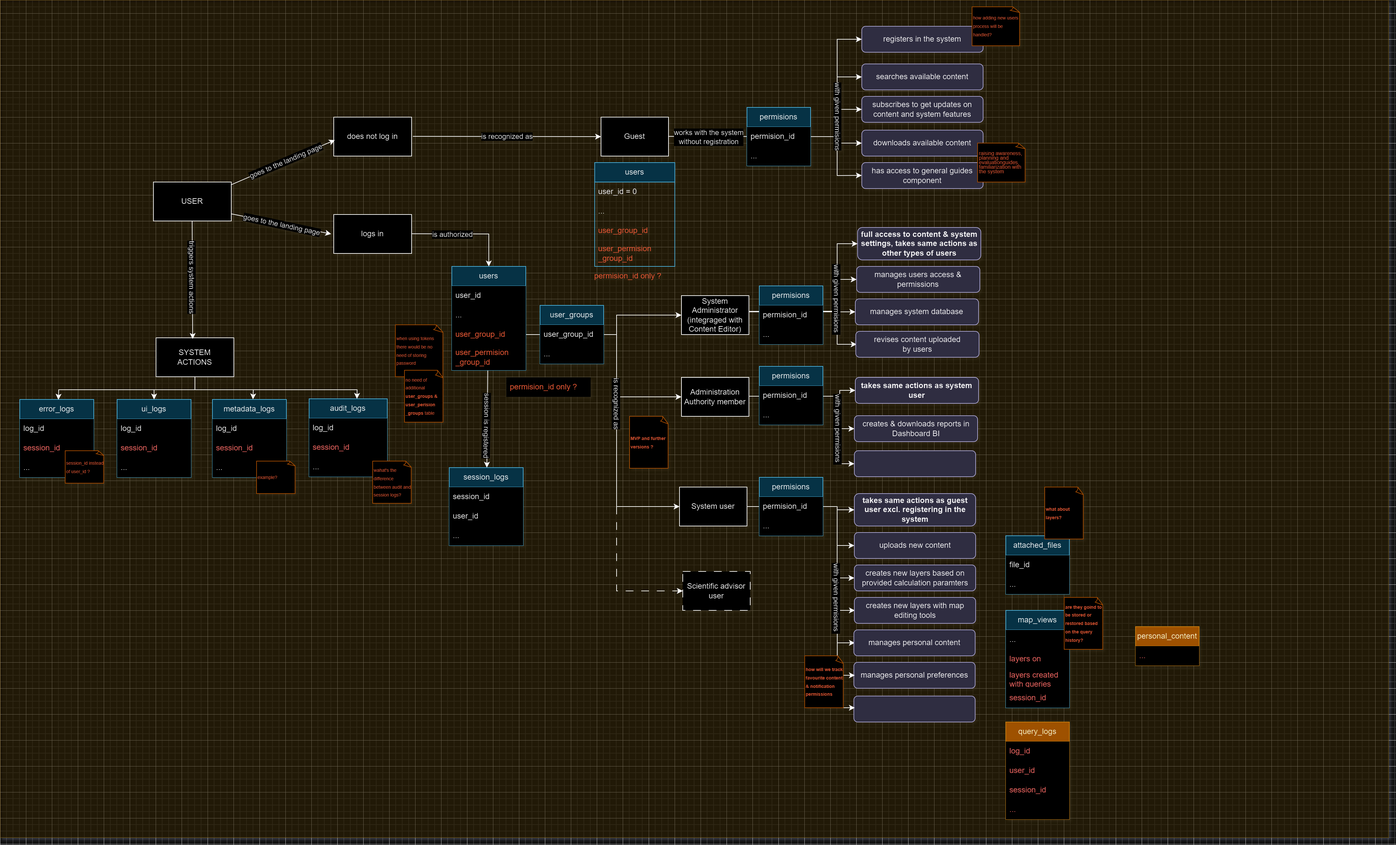
The draw.io diagram docs/climateRiskApp_User_Services_Tables_functional_diagram_v1.0.0.png in jnowakowska-pl/climat-risk-api, before a commit. Source tidied: cells renumbered, new cells last; positions are measured from the earlier drawing's top-left corner, leaving out a move shared by most shapes.
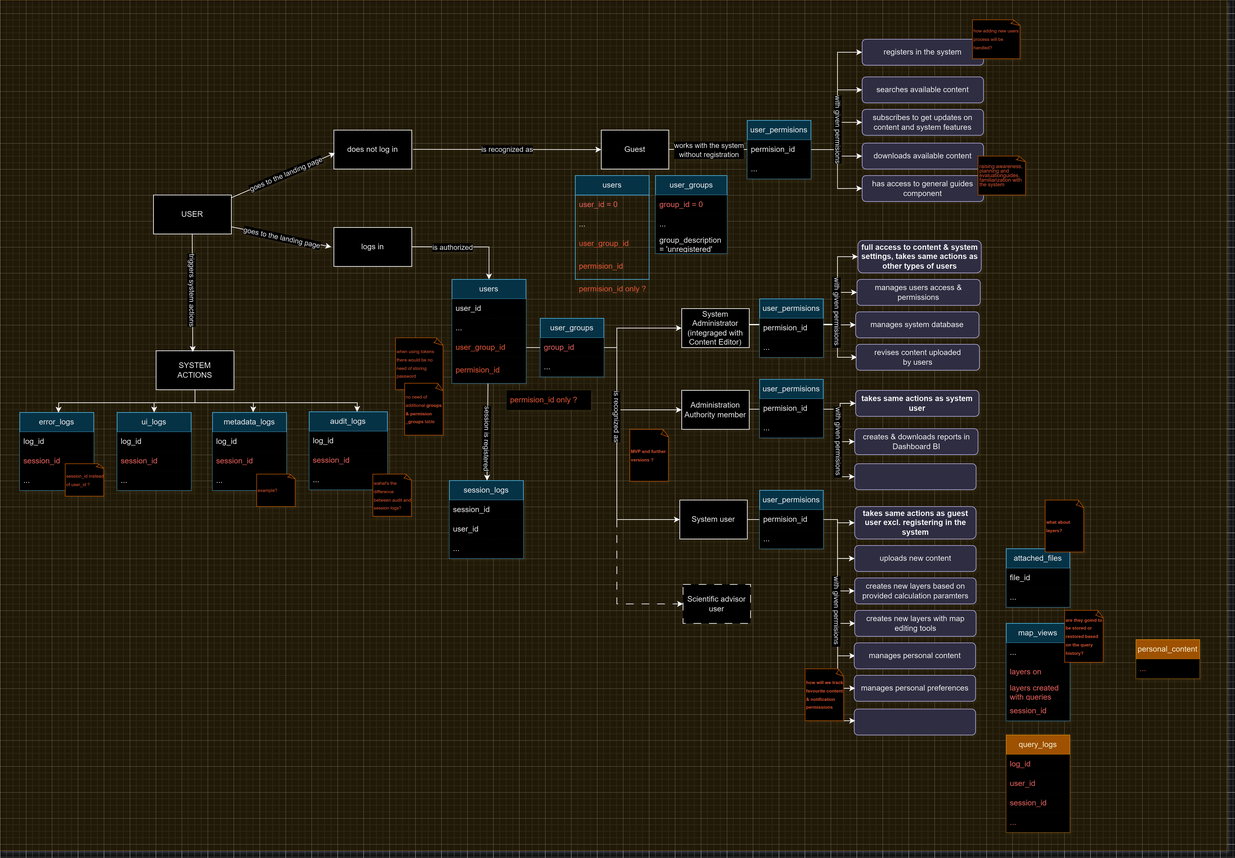
After the change.

Commit message:
change in table names according to the schema design

Change to the diagram source:
```diff
@@ -3,7 +3,7 @@
     <mxCell id="0" />
     <mxCell id="1" parent="0" />
     <mxCell id="2" style="rounded=0;whiteSpace=wrap;html=1;fillColor=#fff2cc;strokeColor=#d6b656;opacity=50;" parent="1" vertex="1">
-      <mxGeometry width="2140" height="1290" as="geometry" />
+      <mxGeometry y="-20" width="1890" height="1310" as="geometry" />
     </mxCell>
     <mxCell id="3" style="endArrow=classic;html=1;rounded=0;entryX=0;entryY=0.5;entryDx=0;entryDy=0;" parent="1" edge="1">
       <mxGeometry relative="1" as="geometry">
@@ -174,37 +174,37 @@
     <mxCell id="34" value="user_group_id" style="text;strokeColor=none;fillColor=default;align=left;verticalAlign=middle;spacingLeft=4;spacingRight=4;overflow=hidden;points=[[0,0.5],[1,0.5]];portConstraint=eastwest;whiteSpace=wrap;html=1;fontColor=#FF7654;" parent="31" vertex="1">
       <mxGeometry y="90" width="114" height="30" as="geometry" />
     </mxCell>
-    <mxCell id="35" value="user_permision&lt;br&gt;_group_id" style="text;strokeColor=none;fillColor=default;align=left;verticalAlign=middle;spacingLeft=4;spacingRight=4;overflow=hidden;whiteSpace=wrap;html=1;fontColor=#FF7654;" parent="31" vertex="1">
+    <mxCell id="35" value="permision_id" style="text;strokeColor=none;fillColor=default;align=left;verticalAlign=middle;spacingLeft=4;spacingRight=4;overflow=hidden;whiteSpace=wrap;html=1;fontColor=#FF7654;" parent="31" vertex="1">
       <mxGeometry y="120" width="114" height="40" as="geometry" />
     </mxCell>
     <mxCell id="36" value="users" style="swimlane;fontStyle=0;horizontal=1;startSize=30;whiteSpace=wrap;html=1;fillColor=#b1ddf0;strokeColor=#10739e;" parent="1" vertex="1">
-      <mxGeometry x="916.2" y="250" width="123.5" height="160" as="geometry" />
+      <mxGeometry x="886" y="250" width="113.8" height="160" as="geometry" />
     </mxCell>
-    <mxCell id="37" value="user_id = 0" style="text;strokeColor=none;fillColor=none;align=left;verticalAlign=middle;spacingLeft=4;spacingRight=4;overflow=hidden;whiteSpace=wrap;html=1;" parent="36" vertex="1">
-      <mxGeometry y="30" width="123.5" height="30" as="geometry" />
+    <mxCell id="37" value="user_id = 0" style="text;strokeColor=none;fillColor=none;align=left;verticalAlign=middle;spacingLeft=4;spacingRight=4;overflow=hidden;whiteSpace=wrap;html=1;fontColor=#EA6B66;" parent="36" vertex="1">
+      <mxGeometry y="30" width="113.8" height="30" as="geometry" />
     </mxCell>
     <mxCell id="38" value="..." style="text;strokeColor=none;fillColor=none;align=left;verticalAlign=middle;spacingLeft=4;spacingRight=4;overflow=hidden;whiteSpace=wrap;html=1;" parent="36" vertex="1">
-      <mxGeometry y="60" width="123.5" height="30" as="geometry" />
+      <mxGeometry y="60" width="113.8" height="30" as="geometry" />
     </mxCell>
     <mxCell id="39" value="user_group_id" style="text;strokeColor=none;fillColor=none;align=left;verticalAlign=middle;spacingLeft=4;spacingRight=4;overflow=hidden;whiteSpace=wrap;html=1;fontColor=#FF7654;" parent="36" vertex="1">
-      <mxGeometry y="90" width="123.5" height="30" as="geometry" />
+      <mxGeometry y="90" width="113.8" height="30" as="geometry" />
     </mxCell>
-    <mxCell id="40" value="user_permision&lt;br&gt;_group_id" style="text;strokeColor=none;fillColor=none;align=left;verticalAlign=middle;spacingLeft=4;spacingRight=4;overflow=hidden;whiteSpace=wrap;html=1;fontColor=#FF7654;" parent="36" vertex="1">
-      <mxGeometry y="120" width="123.5" height="40" as="geometry" />
+    <mxCell id="40" value="permision_id" style="text;strokeColor=none;fillColor=none;align=left;verticalAlign=middle;spacingLeft=4;spacingRight=4;overflow=hidden;whiteSpace=wrap;html=1;fontColor=#FF7654;" parent="36" vertex="1">
+      <mxGeometry y="120" width="113.8" height="40" as="geometry" />
     </mxCell>
-    <mxCell id="41" value="&lt;p style=&quot;line-height: 90%;&quot;&gt;&lt;span style=&quot;font-size: 7px;&quot;&gt;&lt;font&gt;no need of additional &lt;b&gt;user_groups &amp;amp; user_perision&lt;br&gt;_groups&amp;nbsp;&lt;/b&gt;table&lt;/font&gt;&lt;/span&gt;&lt;/p&gt;" style="whiteSpace=wrap;html=1;shape=mxgraph.basic.document;align=left;strokeColor=orange;fontColor=#FF8363;" parent="1" vertex="1">
+    <mxCell id="41" value="&lt;p style=&quot;line-height: 90%;&quot;&gt;&lt;span style=&quot;font-size: 7px;&quot;&gt;&lt;font&gt;no need of additional &lt;b&gt;groups &amp;amp; permision&lt;br&gt;_groups&amp;nbsp;&lt;/b&gt;table&lt;/font&gt;&lt;/span&gt;&lt;/p&gt;" style="whiteSpace=wrap;html=1;shape=mxgraph.basic.document;align=left;strokeColor=orange;fontColor=#FF8363;" parent="1" vertex="1">
       <mxGeometry x="623" y="570" width="60" height="80" as="geometry" />
     </mxCell>
     <mxCell id="42" value="permision_id only ?" style="text;strokeColor=none;fillColor=default;align=left;verticalAlign=middle;spacingLeft=4;spacingRight=4;overflow=hidden;whiteSpace=wrap;html=1;fontColor=#FF7654;" parent="1" vertex="1">
       <mxGeometry x="780" y="581" width="130" height="30" as="geometry" />
     </mxCell>
     <mxCell id="43" value="permision_id only ?" style="text;strokeColor=none;fillColor=none;align=left;verticalAlign=middle;spacingLeft=4;spacingRight=4;overflow=hidden;whiteSpace=wrap;html=1;fontColor=#FF7654;" parent="1" vertex="1">
-      <mxGeometry x="909.8" y="410" width="130" height="30" as="geometry" />
+      <mxGeometry x="886" y="410" width="130" height="30" as="geometry" />
     </mxCell>
     <mxCell id="44" value="user_groups" style="swimlane;fontStyle=0;horizontal=1;startSize=30;whiteSpace=wrap;html=1;labelBackgroundColor=none;textShadow=0;fillColor=#b1ddf0;strokeColor=#10739e;" parent="1" vertex="1">
       <mxGeometry x="832" y="470" width="98" height="90" as="geometry" />
     </mxCell>
-    <mxCell id="45" value="user_group_id" style="text;align=left;verticalAlign=middle;spacingLeft=4;spacingRight=4;overflow=hidden;whiteSpace=wrap;html=1;labelBackgroundColor=none;fillColor=default;" parent="44" vertex="1">
+    <mxCell id="45" value="group_id" style="text;align=left;verticalAlign=middle;spacingLeft=4;spacingRight=4;overflow=hidden;whiteSpace=wrap;html=1;labelBackgroundColor=none;fillColor=default;fontColor=#EA6B66;" parent="44" vertex="1">
       <mxGeometry y="30" width="98" height="30" as="geometry" />
     </mxCell>
     <mxCell id="46" value="..." style="text;align=left;verticalAlign=middle;spacingLeft=4;spacingRight=4;overflow=hidden;whiteSpace=wrap;html=1;labelBackgroundColor=none;fillColor=default;" parent="44" vertex="1">
@@ -217,7 +217,7 @@
         </Array>
       </mxGeometry>
     </mxCell>
-    <mxCell id="48" value="permisions" style="swimlane;fontStyle=0;horizontal=1;startSize=30;whiteSpace=wrap;html=1;labelBackgroundColor=none;textShadow=0;fillColor=#b1ddf0;strokeColor=#10739e;" parent="1" vertex="1">
+    <mxCell id="48" value="user_permisions" style="swimlane;fontStyle=0;horizontal=1;startSize=30;whiteSpace=wrap;html=1;labelBackgroundColor=none;textShadow=0;fillColor=#b1ddf0;strokeColor=#10739e;" parent="1" vertex="1">
       <mxGeometry x="1151" y="165" width="98" height="90" as="geometry" />
     </mxCell>
     <mxCell id="49" value="permision_id" style="text;align=left;verticalAlign=middle;spacingLeft=4;spacingRight=4;overflow=hidden;whiteSpace=wrap;html=1;labelBackgroundColor=none;fillColor=default;" parent="48" vertex="1">
@@ -349,7 +349,7 @@
         </Array>
       </mxGeometry>
     </mxCell>
-    <mxCell id="78" value="permisions" style="swimlane;fontStyle=0;horizontal=1;startSize=30;whiteSpace=wrap;html=1;labelBackgroundColor=none;textShadow=0;fillColor=#b1ddf0;strokeColor=#10739e;" parent="1" vertex="1">
+    <mxCell id="78" value="user_permisions" style="swimlane;fontStyle=0;horizontal=1;startSize=30;whiteSpace=wrap;html=1;labelBackgroundColor=none;textShadow=0;fillColor=#b1ddf0;strokeColor=#10739e;" parent="1" vertex="1">
       <mxGeometry x="1170" y="440" width="98" height="90" as="geometry" />
     </mxCell>
     <mxCell id="79" value="permision_id" style="text;align=left;verticalAlign=middle;spacingLeft=4;spacingRight=4;overflow=hidden;whiteSpace=wrap;html=1;labelBackgroundColor=none;fillColor=default;" parent="78" vertex="1">
@@ -358,7 +358,7 @@
     <mxCell id="80" value="..." style="text;align=left;verticalAlign=middle;spacingLeft=4;spacingRight=4;overflow=hidden;whiteSpace=wrap;html=1;labelBackgroundColor=none;fillColor=default;" parent="78" vertex="1">
       <mxGeometry y="60" width="98" height="30" as="geometry" />
     </mxCell>
-    <mxCell id="81" value="permisions" style="swimlane;fontStyle=0;horizontal=1;startSize=30;whiteSpace=wrap;html=1;labelBackgroundColor=none;textShadow=0;fillColor=#b1ddf0;strokeColor=#10739e;" parent="1" vertex="1">
+    <mxCell id="81" value="user_permisions" style="swimlane;fontStyle=0;horizontal=1;startSize=30;whiteSpace=wrap;html=1;labelBackgroundColor=none;textShadow=0;fillColor=#b1ddf0;strokeColor=#10739e;" parent="1" vertex="1">
       <mxGeometry x="1170" y="564" width="98" height="90" as="geometry" />
     </mxCell>
     <mxCell id="82" value="permision_id" style="text;align=left;verticalAlign=middle;spacingLeft=4;spacingRight=4;overflow=hidden;whiteSpace=wrap;html=1;labelBackgroundColor=none;fillColor=default;" parent="81" vertex="1">
@@ -367,7 +367,7 @@
     <mxCell id="83" value="..." style="text;align=left;verticalAlign=middle;spacingLeft=4;spacingRight=4;overflow=hidden;whiteSpace=wrap;html=1;labelBackgroundColor=none;fillColor=default;" parent="81" vertex="1">
       <mxGeometry y="60" width="98" height="30" as="geometry" />
     </mxCell>
-    <mxCell id="84" value="permisions" style="swimlane;fontStyle=0;horizontal=1;startSize=30;whiteSpace=wrap;html=1;labelBackgroundColor=none;textShadow=0;fillColor=#b1ddf0;strokeColor=#10739e;" parent="1" vertex="1">
+    <mxCell id="84" value="user_permisions" style="swimlane;fontStyle=0;horizontal=1;startSize=30;whiteSpace=wrap;html=1;labelBackgroundColor=none;textShadow=0;fillColor=#b1ddf0;strokeColor=#10739e;" parent="1" vertex="1">
       <mxGeometry x="1170" y="735" width="98" height="90" as="geometry" />
     </mxCell>
     <mxCell id="85" value="permision_id" style="text;align=left;verticalAlign=middle;spacingLeft=4;spacingRight=4;overflow=hidden;whiteSpace=wrap;html=1;labelBackgroundColor=none;fillColor=default;" parent="84" vertex="1">
@@ -607,5 +607,17 @@
         </Array>
       </mxGeometry>
     </mxCell>
+    <mxCell id="148" value="user_groups" style="swimlane;fontStyle=0;horizontal=1;startSize=30;whiteSpace=wrap;html=1;labelBackgroundColor=none;textShadow=0;fillColor=#b1ddf0;strokeColor=#10739e;" parent="1" vertex="1">
+      <mxGeometry x="1009.5" y="250" width="110.2" height="120" as="geometry" />
+    </mxCell>
+    <mxCell id="149" value="group_id = 0" style="text;align=left;verticalAlign=middle;spacingLeft=4;spacingRight=4;overflow=hidden;whiteSpace=wrap;html=1;labelBackgroundColor=none;fillColor=default;fontColor=#EA6B66;" parent="148" vertex="1">
+      <mxGeometry y="30" width="110.2" height="30" as="geometry" />
+    </mxCell>
+    <mxCell id="150" value="..." style="text;align=left;verticalAlign=middle;spacingLeft=4;spacingRight=4;overflow=hidden;whiteSpace=wrap;html=1;labelBackgroundColor=none;fillColor=default;" parent="148" vertex="1">
+      <mxGeometry y="60" width="110.2" height="30" as="geometry" />
+    </mxCell>
+    <mxCell id="151" value="group_description = 'unregistered'" style="text;align=left;verticalAlign=middle;spacingLeft=4;spacingRight=4;overflow=hidden;whiteSpace=wrap;html=1;labelBackgroundColor=none;fillColor=default;" parent="148" vertex="1">
+      <mxGeometry y="90" width="110.2" height="30" as="geometry" />
+    </mxCell>
   </root>
 </mxGraphModel>
```
